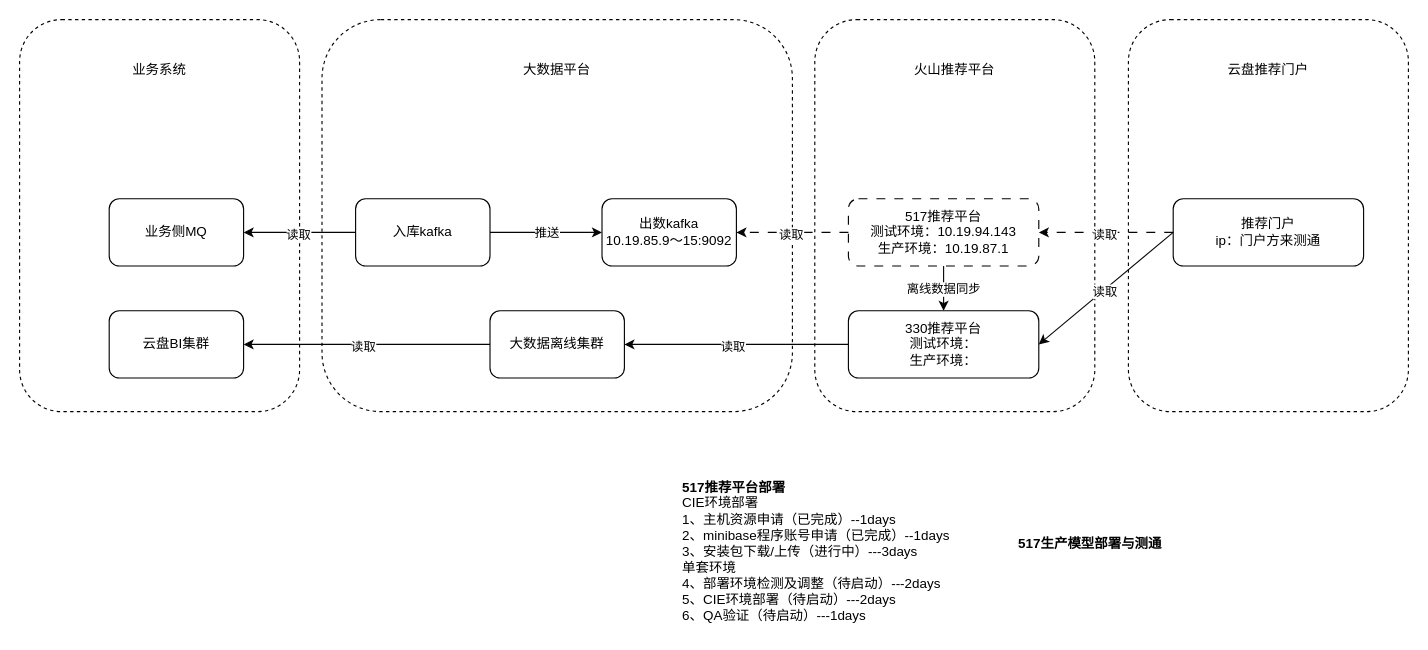
Earlier version of the draw.io diagram 【云盘专班】517推荐平台切换.drawio (zrx-china/mydraw). Source tidied: cells renumbered, new cells numbered last; positions are measured from the earlier drawing's top-left corner, leaving out a move shared by most shapes. Both pictures are drawn from the tidied source at 112%, with x=0, y=0 at pixel (19, 19).
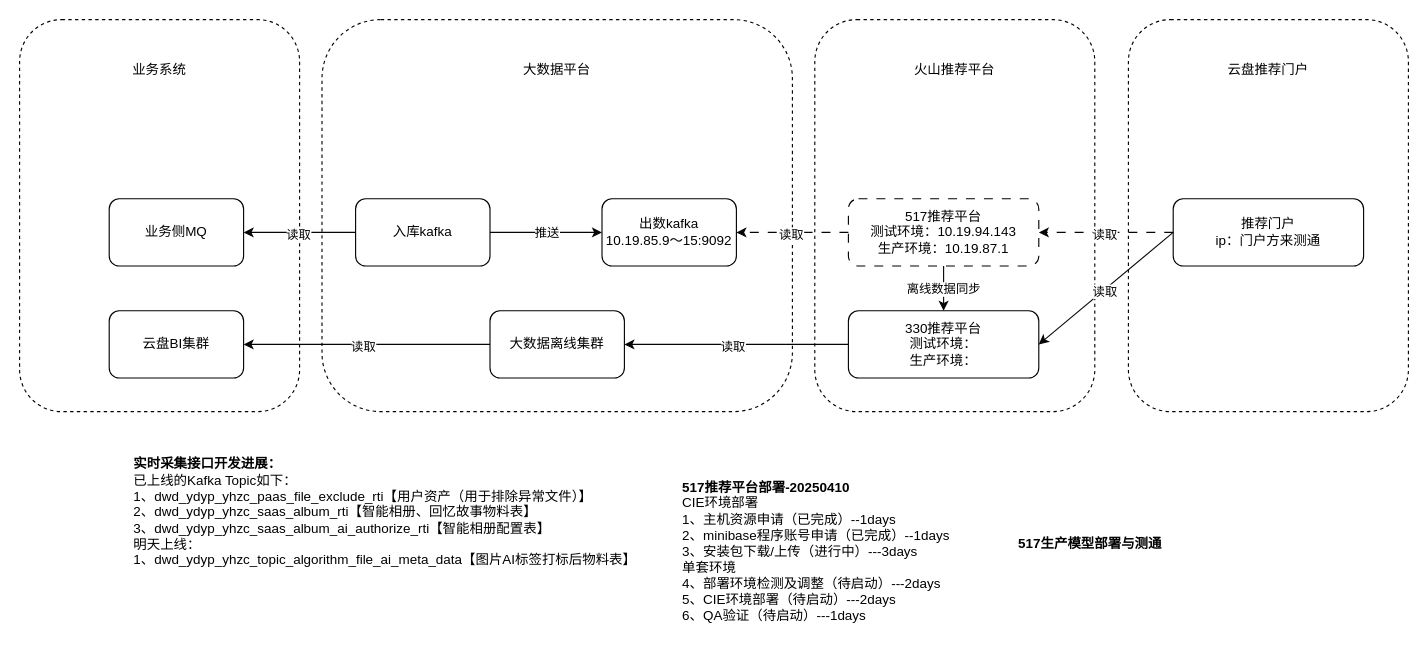
The same diagram, later.

Commit message:
更新【云盘专班】517推荐平台切换.drawio

The edit, as a diff of the source:
```diff
@@
-    <mxCell id="34" value="&lt;div&gt;&lt;b&gt;517推荐平台部署&lt;/b&gt;&lt;/div&gt;&lt;div&gt;CIE环境部署&lt;/div&gt;&lt;div&gt;1、主机资源申请（已完成）--1days&lt;/div&gt;&lt;div&gt;2、minibase程序账号申请（已完成）--1days&lt;/div&gt;&lt;div&gt;3、安装包下载/上传（进行中）---3days&lt;/div&gt;&lt;div&gt;单套环境&lt;/div&gt;&lt;div&gt;4、部署环境检测及调整（待启动）---2days&lt;/div&gt;&lt;div&gt;5、CIE环境部署（待启动）---2days&lt;/div&gt;&lt;div&gt;6、QA验证（待启动）---1days&lt;/div&gt;" style="text;html=1;align=left;verticalAlign=middle;strokeColor=none;fillColor=none;" parent="1" vertex="1">
+    <mxCell id="34" value="&lt;div&gt;&lt;b&gt;517推荐平台部署-20250410&lt;/b&gt;&lt;/div&gt;&lt;div&gt;CIE环境部署&lt;/div&gt;&lt;div&gt;1、主机资源申请（已完成）--1days&lt;/div&gt;&lt;div&gt;2、minibase程序账号申请（已完成）--1days&lt;/div&gt;&lt;div&gt;3、安装包下载/上传（进行中）---3days&lt;/div&gt;&lt;div&gt;单套环境&lt;/div&gt;&lt;div&gt;4、部署环境检测及调整（待启动）---2days&lt;/div&gt;&lt;div&gt;5、CIE环境部署（待启动）---2days&lt;/div&gt;&lt;div&gt;6、QA验证（待启动）---1days&lt;/div&gt;" style="text;html=1;align=left;verticalAlign=middle;strokeColor=none;fillColor=none;" parent="1" vertex="1">
       <mxGeometry x="590" y="405" width="260" height="140" as="geometry" />
     </mxCell>
@@
+    <mxCell id="36" value="&lt;div&gt;&lt;b&gt;实时采集接口开发进展：&lt;/b&gt;&lt;/div&gt;&lt;div&gt;&lt;span style=&quot;background-color: transparent; color: light-dark(rgb(0, 0, 0), rgb(255, 255, 255));&quot;&gt;已上线的Kafka Topic如下：&lt;/span&gt;&lt;br&gt;&lt;/div&gt;&lt;div&gt;1、dwd_ydyp_yhzc_paas_file_exclude_rti【用户资产（用于排除异常文件）】&lt;/div&gt;&lt;div&gt;2、dwd_ydyp_yhzc_saas_album_rti【智能相册、回忆故事物料表】&lt;/div&gt;&lt;div&gt;3、dwd_ydyp_yhzc_saas_album_ai_authorize_rti【智能相册配置表】&lt;/div&gt;&lt;div&gt;明天上线：&lt;/div&gt;&lt;div&gt;1、dwd_ydyp_yhzc_topic_algorithm_file_ai_meta_data【图片AI标签打标后物料表】&lt;/div&gt;" style="text;html=1;align=left;verticalAlign=middle;strokeColor=none;fillColor=none;" parent="1" vertex="1">
+      <mxGeometry x="100" y="385" width="460" height="110" as="geometry" />
+    </mxCell>
```
